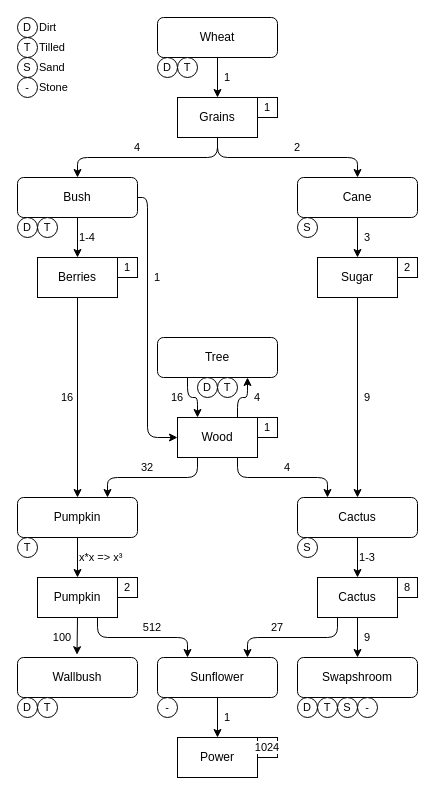
Above: Farmio.drawio in varpeti/farmio (draw.io), before the change. Source tidied: cells renumbered, new cells numbered last; positions are measured from the earlier drawing's top-left corner, leaving out a move shared by most shapes. Both pictures are drawn from the tidied source at 100%, with x=0, y=0 at pixel (17, 17).
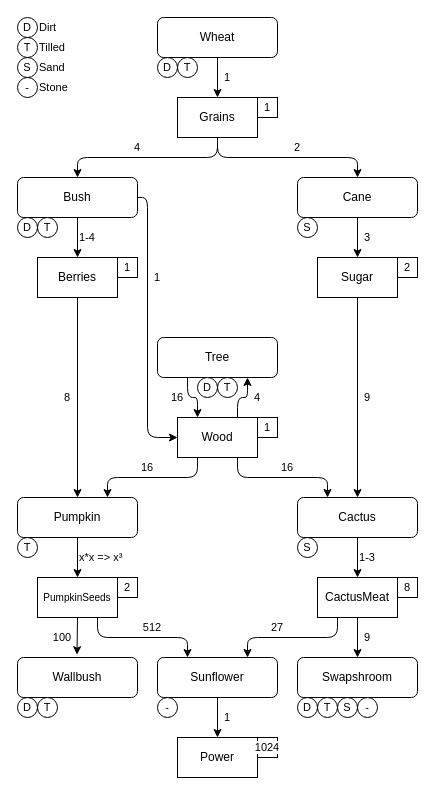
The same page after the edit.

Diff of the diagram source:
```diff
@@
-    <mxCell id="27" value="Pumpkin" style="rounded=0;whiteSpace=wrap;html=1;" parent="1" vertex="1">
+    <mxCell id="27" value="PumpkinSeeds" style="rounded=0;whiteSpace=wrap;html=1;fontSize=10;" parent="1" vertex="1">
       <mxGeometry x="20" y="560" width="80" height="40" as="geometry" />
     </mxCell>
@@
-    <mxCell id="30" value="Cactus" style="rounded=0;whiteSpace=wrap;html=1;" parent="1" vertex="1">
+    <mxCell id="30" value="CactusMeat" style="rounded=0;whiteSpace=wrap;html=1;" parent="1" vertex="1">
       <mxGeometry x="300" y="560" width="80" height="40" as="geometry" />
     </mxCell>
@@
-    <mxCell id="68" value="16" style="text;html=1;align=center;verticalAlign=middle;whiteSpace=wrap;rounded=0;fontFamily=Helvetica;fontSize=11;fontColor=light-dark(#000000,#FF0000);labelBackgroundColor=default;" parent="1" vertex="1">
+    <mxCell id="68" value="8" style="text;html=1;align=center;verticalAlign=middle;whiteSpace=wrap;rounded=0;fontFamily=Helvetica;fontSize=11;fontColor=light-dark(#000000,#FF0000);labelBackgroundColor=default;" parent="1" vertex="1">
       <mxGeometry x="40" y="370" width="20" height="20" as="geometry" />
     </mxCell>
@@
-    <mxCell id="83" value="4" style="text;html=1;align=center;verticalAlign=middle;whiteSpace=wrap;rounded=0;fontFamily=Helvetica;fontSize=11;fontColor=light-dark(#000000,#FF0000);labelBackgroundColor=default;" parent="1" vertex="1">
+    <mxCell id="83" value="16" style="text;html=1;align=center;verticalAlign=middle;whiteSpace=wrap;rounded=0;fontFamily=Helvetica;fontSize=11;fontColor=light-dark(#000000,#FF0000);labelBackgroundColor=default;" parent="1" vertex="1">
       <mxGeometry x="260" y="440" width="20" height="20" as="geometry" />
     </mxCell>
-    <mxCell id="84" value="32" style="text;html=1;align=center;verticalAlign=middle;whiteSpace=wrap;rounded=0;fontFamily=Helvetica;fontSize=11;fontColor=light-dark(#000000,#FF0000);labelBackgroundColor=default;" parent="1" vertex="1">
+    <mxCell id="84" value="16" style="text;html=1;align=center;verticalAlign=middle;whiteSpace=wrap;rounded=0;fontFamily=Helvetica;fontSize=11;fontColor=light-dark(#000000,#FF0000);labelBackgroundColor=default;" parent="1" vertex="1">
       <mxGeometry x="120" y="440" width="20" height="20" as="geometry" />
     </mxCell>
```
